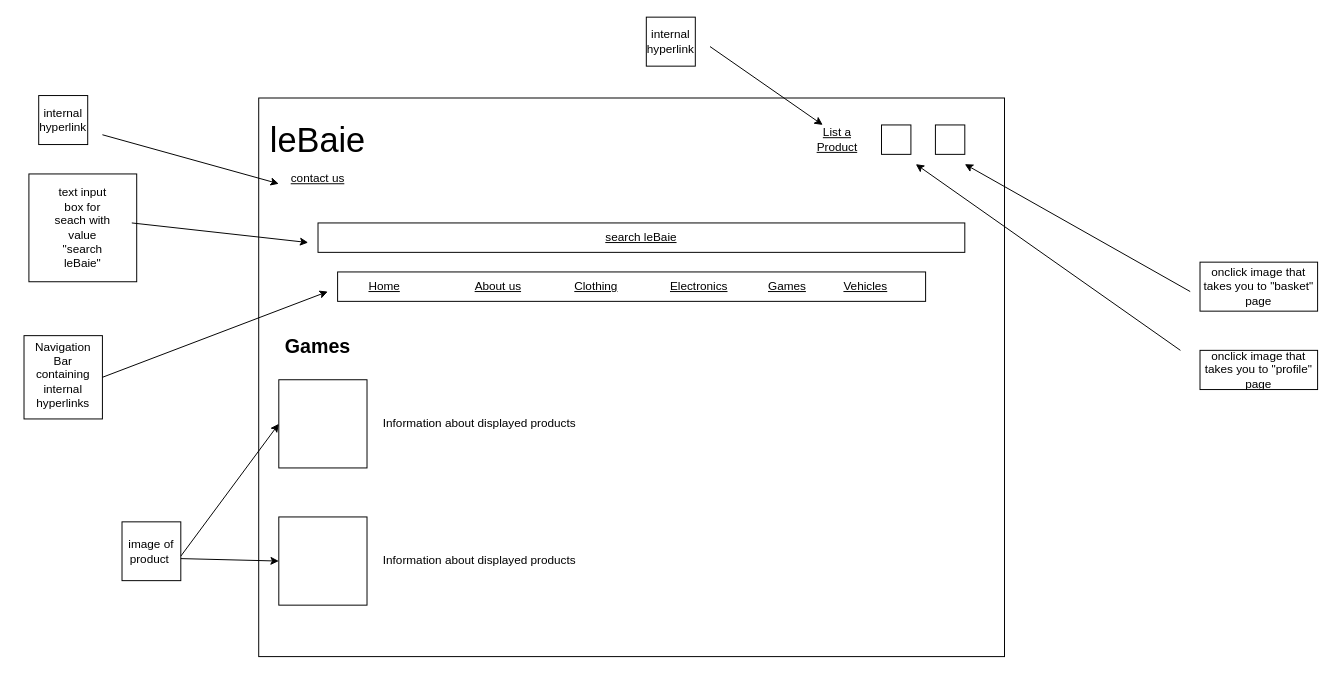
Before: Design - Wireframes/gameFrame.drawio in LordLoganM/AH-Computing-Project---LeBaie, a draw.io diagram. Source tidied: cells renumbered, new cells numbered last; positions are measured from the earlier drawing's top-left corner, leaving out a move shared by most shapes. Both pictures are drawn from the tidied source at 98%, with x=0, y=0 at pixel (24, 17).
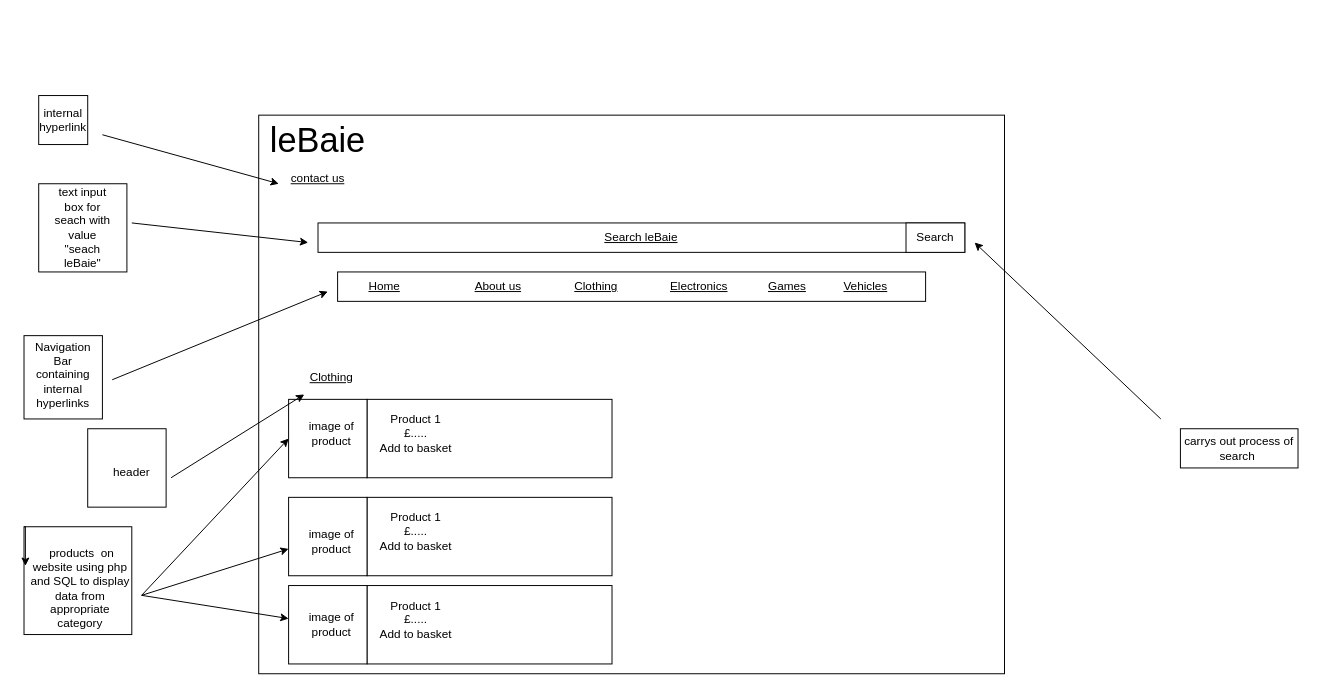
Above is the later version.

Change to the diagram source:
```diff
@@
-    <mxCell id="2" style="rounded=0;whiteSpace=wrap;html=1;fillColor=none;fontStyle=4;" parent="1" vertex="1">
-      <mxGeometry x="239.5" y="82.5" width="761" height="570" as="geometry" />
-    </mxCell>
-    <mxCell id="3" style="rounded=0;whiteSpace=wrap;html=1;fillColor=none;" parent="1" vertex="1">
-      <mxGeometry x="320" y="260" width="600" height="30" as="geometry" />
-    </mxCell>
-    <mxCell id="4" value="search leBaie" style="rounded=0;whiteSpace=wrap;html=1;fontStyle=4;" parent="1" vertex="1">
-      <mxGeometry x="300" y="210" width="660" height="30" as="geometry" />
-    </mxCell>
+    <mxCell id="41" style="rounded=0;whiteSpace=wrap;html=1;fillColor=none;fontStyle=4;" parent="1" vertex="1">
+      <mxGeometry x="239.5" y="100" width="761" height="570" as="geometry" />
+    </mxCell>
+    <mxCell id="42" style="rounded=0;whiteSpace=wrap;html=1;" parent="1" vertex="1">
+      <mxGeometry x="350" y="390" width="250" height="80" as="geometry" />
+    </mxCell>
+    <mxCell id="43" style="rounded=0;whiteSpace=wrap;html=1;fillColor=none;" parent="1" vertex="1">
+      <mxGeometry y="325" width="80" height="85" as="geometry" />
+    </mxCell>
+    <mxCell id="44" style="whiteSpace=wrap;html=1;fillColor=none;" parent="1" vertex="1">
+      <mxGeometry y="520" width="110" height="110" as="geometry" />
+    </mxCell>
+    <mxCell id="45" style="rounded=0;whiteSpace=wrap;html=1;fillColor=none;" parent="1" vertex="1">
+      <mxGeometry x="320" y="260" width="600" height="30" as="geometry" />
+    </mxCell>
+    <mxCell id="46" style="whiteSpace=wrap;html=1;fillColor=none;" parent="1" vertex="1">
+      <mxGeometry x="15" y="80" width="50" height="50" as="geometry" />
+    </mxCell>
+    <mxCell id="47" style="whiteSpace=wrap;html=1;fillColor=none;" parent="1" vertex="1">
+      <mxGeometry x="15" y="170" width="90" height="90" as="geometry" />
+    </mxCell>
+    <mxCell id="48" style="endArrow=none;html=1;rounded=0;" parent="1" edge="1">
+      <mxGeometry relative="1" as="geometry">
+        <mxPoint x="370" y="605" as="sourcePoint" />
+        <mxPoint x="370" y="605" as="targetPoint" />
+      </mxGeometry>
+    </mxCell>
+    <mxCell id="49" value="Search leBaie" style="rounded=0;whiteSpace=wrap;html=1;fontStyle=4;" parent="1" vertex="1">
+      <mxGeometry x="300" y="210" width="660" height="30" as="geometry" />
+    </mxCell>
+    <mxCell id="12" value="&lt;font style=&quot;font-size: 35px;&quot;&gt;leBaie&lt;/font&gt;" style="text;html=1;strokeColor=none;fillColor=none;align=center;verticalAlign=middle;whiteSpace=wrap;rounded=0;fontStyle=0;" parent="1" vertex="1">
+      <mxGeometry x="270" y="120" width="60" height="10" as="geometry" />
+    </mxCell>
@@
-    <mxCell id="12" value="&lt;span style=&quot;font-size: 35px;&quot;&gt;leBaie&lt;/span&gt;" style="text;html=1;strokeColor=none;fillColor=none;align=center;verticalAlign=middle;whiteSpace=wrap;rounded=0;fontStyle=0;" parent="1" vertex="1">
-      <mxGeometry x="270" y="120" width="60" height="10" as="geometry" />
-    </mxCell>
-    <mxCell id="13" value="&lt;span style=&quot;font-size: 20px;&quot;&gt;&lt;b&gt;Games&lt;/b&gt;&lt;/span&gt;" style="text;html=1;strokeColor=none;fillColor=none;align=center;verticalAlign=middle;whiteSpace=wrap;rounded=0;" parent="1" vertex="1">
-      <mxGeometry x="270" y="320" width="60" height="30" as="geometry" />
-    </mxCell>
-    <mxCell id="14" style="whiteSpace=wrap;html=1;" parent="1" vertex="1">
-      <mxGeometry x="875" y="110" width="30" height="30" as="geometry" />
-    </mxCell>
-    <mxCell id="15" style="whiteSpace=wrap;html=1;" parent="1" vertex="1">
-      <mxGeometry x="930" y="110" width="30" height="30" as="geometry" />
-    </mxCell>
-    <mxCell id="16" style="endArrow=classic;html=1;rounded=0;" parent="1" edge="1">
-      <mxGeometry relative="1" as="geometry">
-        <mxPoint x="1180" y="340" as="sourcePoint" />
-        <mxPoint x="910" y="150" as="targetPoint" />
-      </mxGeometry>
-    </mxCell>
-    <mxCell id="17" value="onclick image that takes you to &quot;profile&quot; page" style="rounded=0;whiteSpace=wrap;html=1;fillColor=none;" parent="1" vertex="1">
-      <mxGeometry x="1200" y="340" width="120" height="40" as="geometry" />
-    </mxCell>
-    <mxCell id="18" style="endArrow=classic;html=1;rounded=0;" parent="1" edge="1">
-      <mxGeometry relative="1" as="geometry">
-        <mxPoint x="1190" y="280" as="sourcePoint" />
-        <mxPoint x="960" y="150" as="targetPoint" />
-      </mxGeometry>
-    </mxCell>
-    <mxCell id="19" value="onclick image that takes you to &quot;basket&quot; page" style="rounded=0;whiteSpace=wrap;html=1;fillColor=none;" parent="1" vertex="1">
-      <mxGeometry x="1200" y="250" width="120" height="50" as="geometry" />
-    </mxCell>
-    <mxCell id="20" style="whiteSpace=wrap;html=1;" parent="1" vertex="1">
-      <mxGeometry x="260" y="510" width="90" height="90" as="geometry" />
-    </mxCell>
-    <mxCell id="21" style="whiteSpace=wrap;html=1;" parent="1" vertex="1">
-      <mxGeometry x="260" y="370" width="90" height="90" as="geometry" />
-    </mxCell>
-    <mxCell id="22" style="endArrow=classic;html=1;rounded=0;exitX=1;exitY=0.75;exitDx=0;exitDy=0;entryX=0;entryY=0.5;entryDx=0;entryDy=0;" parent="1" edge="1" source="24" target="20">
-      <mxGeometry relative="1" as="geometry" />
-    </mxCell>
-    <mxCell id="23" style="endArrow=classic;html=1;rounded=0;entryX=0;entryY=0.5;entryDx=0;entryDy=0;" parent="1" edge="1" target="21">
-      <mxGeometry relative="1" as="geometry">
-        <mxPoint x="160" y="550" as="sourcePoint" />
-      </mxGeometry>
-    </mxCell>
-    <mxCell id="24" value="image of product&amp;nbsp;" style="text;html=1;strokeColor=none;fillColor=none;align=center;verticalAlign=middle;whiteSpace=wrap;rounded=0;" parent="1" vertex="1">
-      <mxGeometry x="100" y="530" width="60" height="30" as="geometry" />
-    </mxCell>
-    <mxCell id="25" value="Information about displayed products" style="text;html=1;strokeColor=none;fillColor=none;align=center;verticalAlign=middle;whiteSpace=wrap;rounded=0;" parent="1" vertex="1">
-      <mxGeometry x="360" y="400" width="210" height="30" as="geometry" />
-    </mxCell>
-    <mxCell id="26" value="Information about displayed products" style="text;html=1;strokeColor=none;fillColor=none;align=center;verticalAlign=middle;whiteSpace=wrap;rounded=0;" parent="1" vertex="1">
-      <mxGeometry x="360" y="540" width="210" height="30" as="geometry" />
-    </mxCell>
-    <mxCell id="27" style="whiteSpace=wrap;html=1;fillColor=none;" parent="1" vertex="1">
-      <mxGeometry x="5" y="160" width="110" height="110" as="geometry" />
-    </mxCell>
-    <mxCell id="28" style="endArrow=classic;html=1;rounded=0;" parent="1" edge="1">
-      <mxGeometry relative="1" as="geometry">
-        <mxPoint x="110" y="210" as="sourcePoint" />
-        <mxPoint x="290" y="230" as="targetPoint" />
-      </mxGeometry>
-    </mxCell>
-    <mxCell id="29" value="text input box for seach with value &quot;search leBaie&quot;" style="text;html=1;strokeColor=none;fillColor=none;align=center;verticalAlign=middle;whiteSpace=wrap;rounded=0;" parent="1" vertex="1">
-      <mxGeometry x="30" y="200" width="60" height="30" as="geometry" />
-    </mxCell>
-    <mxCell id="30" style="rounded=0;whiteSpace=wrap;html=1;fillColor=none;" parent="1" vertex="1">
-      <mxGeometry y="325" width="80" height="85" as="geometry" />
-    </mxCell>
+    <mxCell id="50" value="&lt;u&gt;Clothing&lt;/u&gt;" style="text;html=1;strokeColor=none;fillColor=none;align=center;verticalAlign=middle;whiteSpace=wrap;rounded=0;" parent="1" vertex="1">
+      <mxGeometry x="174" y="350" width="280" height="35" as="geometry" />
+    </mxCell>
+    <mxCell id="51" style="whiteSpace=wrap;html=1;" parent="1" vertex="1">
+      <mxGeometry x="270" y="390" width="80" height="80" as="geometry" />
+    </mxCell>
+    <mxCell id="52" value="Product 1&lt;br&gt;£.....&lt;br&gt;Add to basket" style="text;html=1;strokeColor=none;fillColor=none;align=center;verticalAlign=middle;whiteSpace=wrap;rounded=0;" parent="1" vertex="1">
+      <mxGeometry x="350" y="410" width="100" height="30" as="geometry" />
+    </mxCell>
@@
-    <mxCell id="32" style="endArrow=classic;html=1;rounded=0;exitX=1;exitY=0.5;exitDx=0;exitDy=0;" parent="1" edge="1" source="30">
-      <mxGeometry relative="1" as="geometry">
-        <mxPoint x="310" y="280" as="targetPoint" />
-      </mxGeometry>
-    </mxCell>
-    <mxCell id="33" style="rounded=0;whiteSpace=wrap;html=1;fillColor=none;" parent="1" vertex="1">
-      <mxGeometry x="100" y="515" width="60" height="60" as="geometry" />
-    </mxCell>
-    <mxCell id="34" style="whiteSpace=wrap;html=1;fillColor=none;" parent="1" vertex="1">
-      <mxGeometry x="15" y="80" width="50" height="50" as="geometry" />
-    </mxCell>
-    <mxCell id="35" value="internal hyperlink " style="text;html=1;fillColor=none;align=center;verticalAlign=middle;whiteSpace=wrap;rounded=0;" parent="1" vertex="1">
-      <mxGeometry x="10" y="90" width="60" height="30" as="geometry" />
-    </mxCell>
-    <mxCell id="36" style="endArrow=classic;html=1;rounded=0;" parent="1" edge="1">
-      <mxGeometry relative="1" as="geometry">
-        <mxPoint x="80" y="120" as="sourcePoint" />
-        <mxPoint x="260" y="170" as="targetPoint" />
-      </mxGeometry>
-    </mxCell>
-    <mxCell id="37" value="&lt;u&gt;List a Product&lt;/u&gt;" style="text;html=1;strokeColor=none;fillColor=none;align=center;verticalAlign=middle;whiteSpace=wrap;rounded=0;" parent="1" vertex="1">
-      <mxGeometry x="800" y="110" width="60" height="30" as="geometry" />
-    </mxCell>
-    <mxCell id="38" style="whiteSpace=wrap;html=1;fillColor=none;" parent="1" vertex="1">
-      <mxGeometry x="635" width="50" height="50" as="geometry" />
-    </mxCell>
-    <mxCell id="39" value="internal hyperlink " style="text;html=1;fillColor=none;align=center;verticalAlign=middle;whiteSpace=wrap;rounded=0;" parent="1" vertex="1">
-      <mxGeometry x="630" y="10" width="60" height="30" as="geometry" />
-    </mxCell>
-    <mxCell id="40" style="endArrow=classic;html=1;rounded=0;entryX=0.25;entryY=0;entryDx=0;entryDy=0;" parent="1" edge="1" target="37">
-      <mxGeometry relative="1" as="geometry">
-        <mxPoint x="700" y="30" as="sourcePoint" />
-      </mxGeometry>
-    </mxCell>
+    <mxCell id="53" value="&amp;nbsp;products&amp;nbsp; on website using php and SQL to display data from appropriate category" style="text;html=1;strokeColor=none;fillColor=none;align=center;verticalAlign=middle;whiteSpace=wrap;rounded=0;" parent="1" vertex="1">
+      <mxGeometry x="5" y="520" width="105" height="125" as="geometry" />
+    </mxCell>
+    <mxCell id="54" value="internal hyperlink " style="text;html=1;fillColor=none;align=center;verticalAlign=middle;whiteSpace=wrap;rounded=0;" parent="1" vertex="1">
+      <mxGeometry x="10" y="90" width="60" height="30" as="geometry" />
+    </mxCell>
+    <mxCell id="55" style="endArrow=classic;html=1;rounded=0;" parent="1" edge="1">
+      <mxGeometry relative="1" as="geometry">
+        <mxPoint x="90" y="370" as="sourcePoint" />
+        <mxPoint x="310" y="280" as="targetPoint" />
+      </mxGeometry>
+    </mxCell>
+    <mxCell id="56" style="endArrow=classic;html=1;rounded=0;" parent="1" edge="1">
+      <mxGeometry relative="1" as="geometry">
+        <mxPoint x="120" y="590" as="sourcePoint" />
+        <mxPoint x="270" y="542.6" as="targetPoint" />
+      </mxGeometry>
+    </mxCell>
+    <mxCell id="57" style="endArrow=classic;html=1;rounded=0;" parent="1" edge="1">
+      <mxGeometry relative="1" as="geometry">
+        <mxPoint x="80" y="120" as="sourcePoint" />
+        <mxPoint x="260" y="170" as="targetPoint" />
+      </mxGeometry>
+    </mxCell>
+    <mxCell id="58" style="endArrow=classic;html=1;rounded=0;" parent="1" edge="1">
+      <mxGeometry relative="1" as="geometry">
+        <mxPoint x="120" y="590" as="sourcePoint" />
+        <mxPoint x="270" y="613.7" as="targetPoint" />
+      </mxGeometry>
+    </mxCell>
+    <mxCell id="59" style="endArrow=classic;html=1;rounded=0;entryX=0;entryY=0.5;entryDx=0;entryDy=0;" parent="1" edge="1" target="51">
+      <mxGeometry relative="1" as="geometry">
+        <mxPoint x="120" y="590" as="sourcePoint" />
+      </mxGeometry>
+    </mxCell>
+    <mxCell id="60" style="endArrow=classic;html=1;rounded=0;" parent="1" edge="1">
+      <mxGeometry relative="1" as="geometry">
+        <mxPoint x="110" y="210" as="sourcePoint" />
+        <mxPoint x="290" y="230" as="targetPoint" />
+      </mxGeometry>
+    </mxCell>
+    <mxCell id="61" value="text input box for seach with value &quot;seach leBaie&quot; " style="text;html=1;strokeColor=none;fillColor=none;align=center;verticalAlign=middle;whiteSpace=wrap;rounded=0;" parent="1" vertex="1">
+      <mxGeometry x="30" y="200" width="60" height="30" as="geometry" />
+    </mxCell>
+    <mxCell id="62" value="Search" style="rounded=0;whiteSpace=wrap;html=1;" parent="1" vertex="1">
+      <mxGeometry x="900" y="210" width="60" height="30" as="geometry" />
+    </mxCell>
+    <mxCell id="63" style="endArrow=classic;html=1;rounded=0;" parent="1" edge="1">
+      <mxGeometry relative="1" as="geometry">
+        <mxPoint x="1160" y="410" as="sourcePoint" />
+        <mxPoint x="970" y="230" as="targetPoint" />
+      </mxGeometry>
+    </mxCell>
+    <mxCell id="64" value="carrys out process of search&amp;nbsp;" style="rounded=0;whiteSpace=wrap;html=1;fillColor=none;" parent="1" vertex="1">
+      <mxGeometry x="1180" y="420" width="120" height="40" as="geometry" />
+    </mxCell>
+    <mxCell id="65" style="endArrow=none;html=1;rounded=0;" parent="1" edge="1">
+      <mxGeometry relative="1" as="geometry">
+        <mxPoint x="1280" y="570" as="sourcePoint" />
+        <mxPoint x="1280" y="570" as="targetPoint" />
+      </mxGeometry>
+    </mxCell>
+    <mxCell id="66" style="edgeStyle=orthogonalEdgeStyle;rounded=0;orthogonalLoop=1;jettySize=auto;html=1;exitX=0;exitY=0;exitDx=0;exitDy=0;entryX=0.013;entryY=0.363;entryDx=0;entryDy=0;entryPerimeter=0;" parent="1" edge="1" source="44" target="44">
+      <mxGeometry relative="1" as="geometry" />
+    </mxCell>
+    <mxCell id="67" style="rounded=0;whiteSpace=wrap;html=1;" parent="1" vertex="1">
+      <mxGeometry x="350" y="490" width="250" height="80" as="geometry" />
+    </mxCell>
+    <mxCell id="68" style="whiteSpace=wrap;html=1;" parent="1" vertex="1">
+      <mxGeometry x="270" y="490" width="80" height="80" as="geometry" />
+    </mxCell>
+    <mxCell id="69" value="Product 1&lt;br&gt;£.....&lt;br&gt;Add to basket" style="text;html=1;strokeColor=none;fillColor=none;align=center;verticalAlign=middle;whiteSpace=wrap;rounded=0;" parent="1" vertex="1">
+      <mxGeometry x="350" y="510" width="100" height="30" as="geometry" />
+    </mxCell>
+    <mxCell id="70" style="rounded=0;whiteSpace=wrap;html=1;" parent="1" vertex="1">
+      <mxGeometry x="350" y="580" width="250" height="80" as="geometry" />
+    </mxCell>
+    <mxCell id="71" style="whiteSpace=wrap;html=1;" parent="1" vertex="1">
+      <mxGeometry x="270" y="580" width="80" height="80" as="geometry" />
+    </mxCell>
+    <mxCell id="72" value="Product 1&lt;br&gt;£.....&lt;br&gt;Add to basket" style="text;html=1;strokeColor=none;fillColor=none;align=center;verticalAlign=middle;whiteSpace=wrap;rounded=0;" parent="1" vertex="1">
+      <mxGeometry x="350" y="600" width="100" height="30" as="geometry" />
+    </mxCell>
+    <mxCell id="73" value="image of product" style="text;html=1;strokeColor=none;fillColor=none;align=center;verticalAlign=middle;whiteSpace=wrap;rounded=0;" parent="1" vertex="1">
+      <mxGeometry x="284" y="410" width="60" height="30" as="geometry" />
+    </mxCell>
+    <mxCell id="74" value="image of product" style="text;html=1;strokeColor=none;fillColor=none;align=center;verticalAlign=middle;whiteSpace=wrap;rounded=0;" parent="1" vertex="1">
+      <mxGeometry x="284" y="520" width="60" height="30" as="geometry" />
+    </mxCell>
+    <mxCell id="75" value="image of product" style="text;html=1;strokeColor=none;fillColor=none;align=center;verticalAlign=middle;whiteSpace=wrap;rounded=0;" parent="1" vertex="1">
+      <mxGeometry x="284" y="605" width="60" height="30" as="geometry" />
+    </mxCell>
+    <mxCell id="76" style="whiteSpace=wrap;html=1;" parent="1" vertex="1">
+      <mxGeometry x="65" y="420" width="80" height="80" as="geometry" />
+    </mxCell>
+    <mxCell id="77" value="header" style="text;html=1;strokeColor=none;fillColor=none;align=center;verticalAlign=middle;whiteSpace=wrap;rounded=0;" parent="1" vertex="1">
+      <mxGeometry x="80" y="450" width="60" height="30" as="geometry" />
+    </mxCell>
+    <mxCell id="78" style="endArrow=classic;html=1;rounded=0;" parent="1" edge="1" target="50">
+      <mxGeometry relative="1" as="geometry">
+        <mxPoint x="150" y="470" as="sourcePoint" />
+      </mxGeometry>
+    </mxCell>
```
